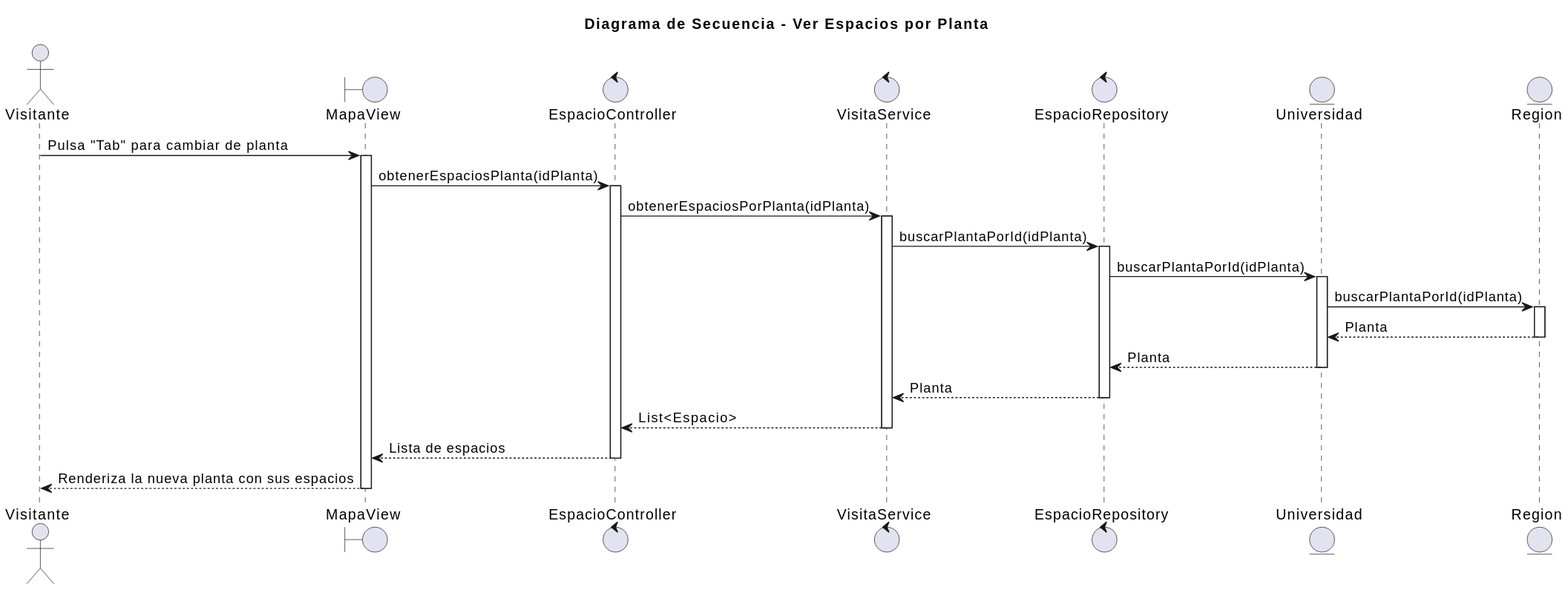
mmasias/25-26-idsw2-sdVC keeps this PlantUML diagram as images/02-diseño/01-Visitante/verEspaciosPlanta/verEspaciosPlanta.svg. Above is the earlier version.
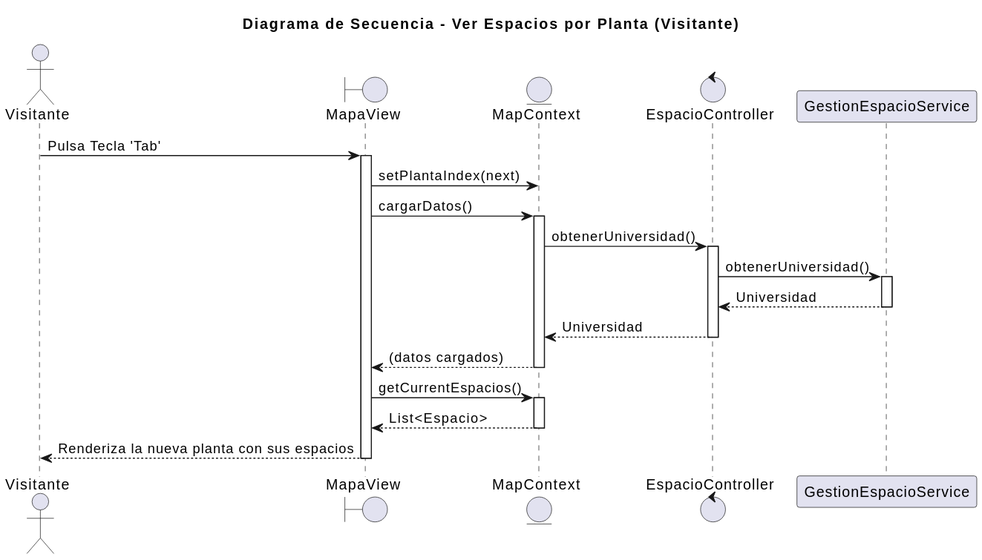
Above is the later version.

Diff of the diagram source:
```diff
@@ -1,36 +1,39 @@
 @startuml
-title "Diagrama de Secuencia - Ver Espacios por Planta"
+title "Diagrama de Secuencia - Ver Espacios por Planta (Visitante)"
 
 actor "Visitante" as visitor
 boundary "MapaView" as view
+entity "MapContext" as context
 control "EspacioController" as controller
-control "VisitaService" as service
-control "EspacioRepository" as repository
-entity "Universidad" as uni
-entity "Region" as reg
+participant "GestionEspacioService" as service
 
-visitor -> view: Pulsa "Tab" para cambiar de planta
+visitor -> view : Pulsa Tecla 'Tab'
 activate view
-view -> controller: obtenerEspaciosPlanta(idPlanta)
+
+view -> context : setPlantaIndex(next)
+view -> context : cargarDatos()
+activate context
+
+context -> controller : obtenerUniversidad()
 activate controller
-controller -> service: obtenerEspaciosPorPlanta(idPlanta)
+
+controller -> service : obtenerUniversidad()
 activate service
-service -> repository: buscarPlantaPorId(idPlanta)
-activate repository
-repository -> uni: buscarPlantaPorId(idPlanta)
-activate uni
-uni -> reg: buscarPlantaPorId(idPlanta)
-activate reg
-reg --> uni: Planta
-deactivate reg
-uni --> repository: Planta
-deactivate uni
-repository --> service: Planta
-deactivate repository
-service --> controller: List<Espacio>
+
+service --> controller : Universidad
 deactivate service
-controller --> view: Lista de espacios
+
+controller --> context : Universidad
 deactivate controller
-view --> visitor: Renderiza la nueva planta con sus espacios
+
+context --> view : (datos cargados)
+deactivate context
+
+view -> context : getCurrentEspacios()
+activate context
+context --> view : List<Espacio>
+deactivate context
+
+view --> visitor : Renderiza la nueva planta con sus espacios
 deactivate view
 @enduml
```
